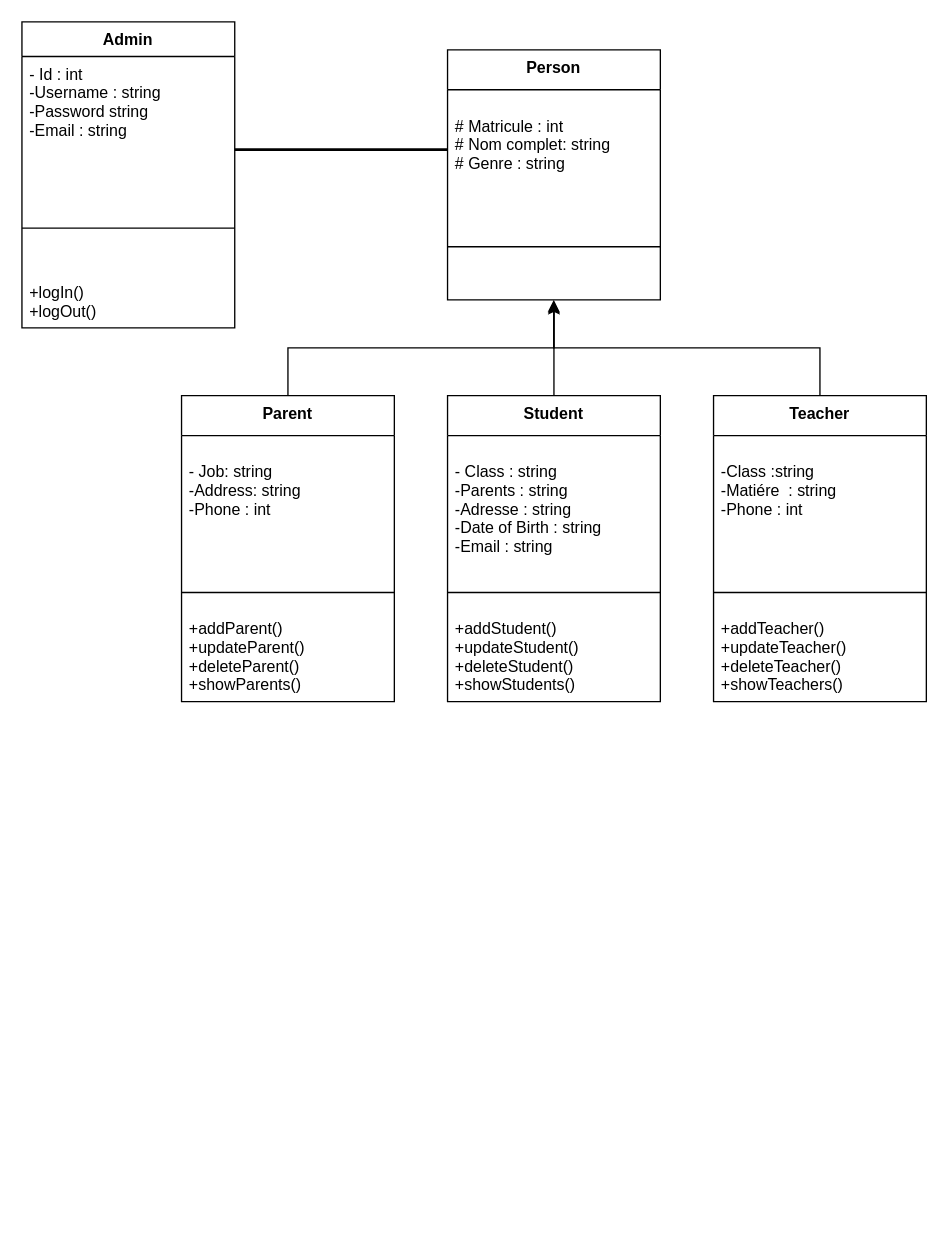
Above: DiagramClass.drawio in Diouani/Gestion_ecole (draw.io), before the change. Source tidied: cells renumbered, new cells numbered last; positions are measured from the earlier drawing's top-left corner, leaving out a move shared by most shapes. Both pictures are drawn from the tidied source at 133%, with x=0, y=0 at pixel (21, 21).
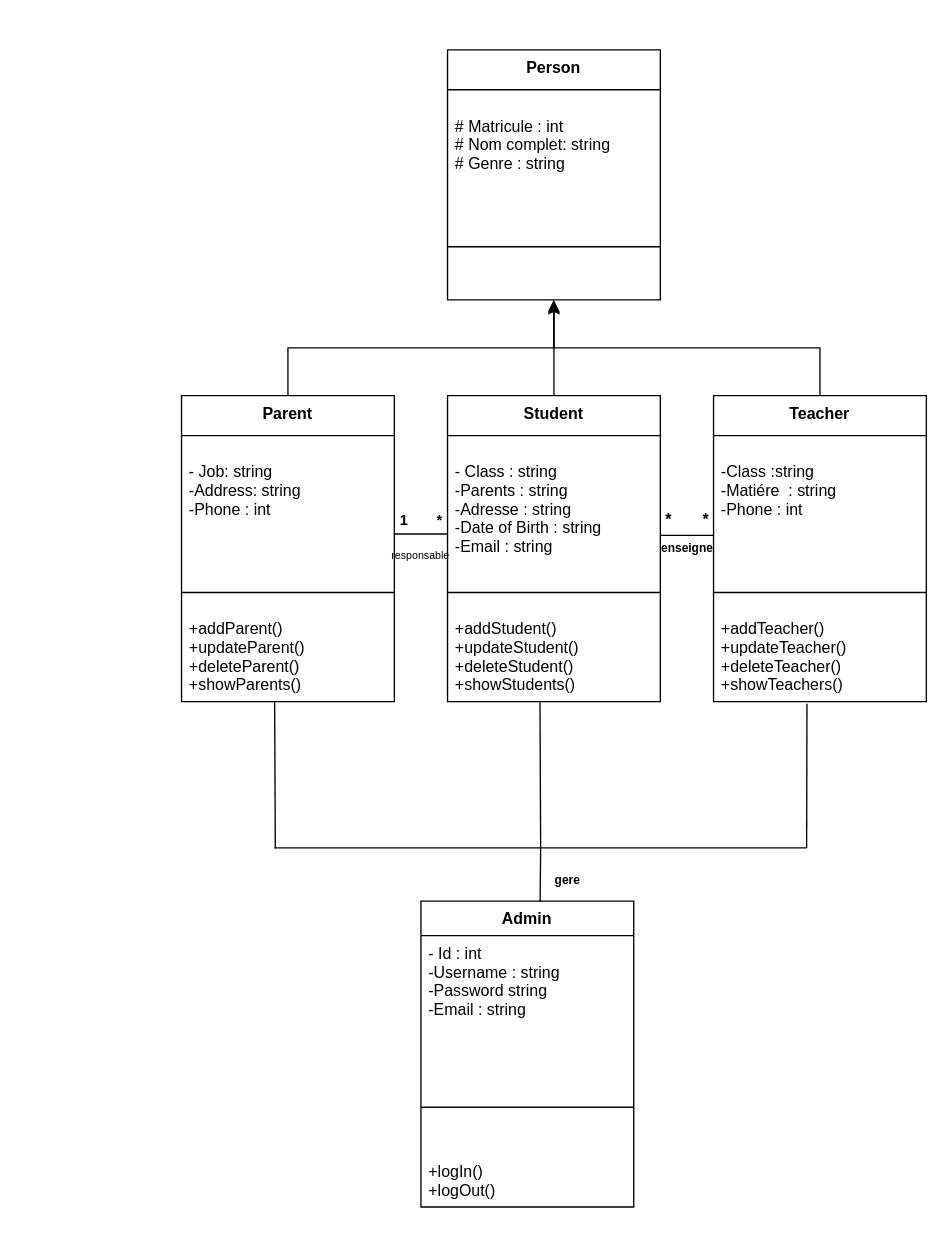
The same diagram, later.

The change refers to these unchanged cells:
```xml
<mxCell id="15" value="+addTeacher()&#10;+updateTeacher()&#10;+deleteTeacher()&#10;+showTeachers()" style="text;strokeColor=none;fillColor=none;align=left;verticalAlign=top;spacingLeft=4;spacingRight=4;overflow=hidden;points=[[0,0.5],[1,0.5]];portConstraint=eastwest;" parent="12" vertex="1">
  <mxGeometry y="162" width="160" height="68" as="geometry" />
</mxCell>
```

The edit, as a diff of the source:
```diff
@@
-    <mxCell id="21" style="line;strokeWidth=2;direction=west;html=1;" parent="1" vertex="1">
-      <mxGeometry x="160" y="91" width="160" height="10" as="geometry" />
-    </mxCell>
     <mxCell id="22" value="Admin" style="swimlane;fontStyle=1;align=center;verticalAlign=top;horizontal=1;startSize=26;" parent="1" vertex="1">
-      <mxGeometry width="160" height="230" as="geometry" />
+      <mxGeometry x="300" y="661" width="160" height="230" as="geometry" />
     </mxCell>
@@
+    <mxCell id="26" value="&lt;font style=&quot;font-size: 8px&quot;&gt;responsable&lt;/font&gt;" style="text;html=1;strokeColor=none;fillColor=none;align=center;verticalAlign=middle;whiteSpace=wrap;rounded=0;" parent="1" vertex="1">
+      <mxGeometry x="280" y="390" width="40" height="20" as="geometry" />
+    </mxCell>
+    <mxCell id="27" style="edgeStyle=none;rounded=0;orthogonalLoop=1;jettySize=auto;html=1;" parent="1" edge="1">
+      <mxGeometry relative="1" as="geometry">
+        <mxPoint x="330" y="264" as="sourcePoint" />
+        <mxPoint x="330" y="264" as="targetPoint" />
+      </mxGeometry>
+    </mxCell>
+    <mxCell id="28" style="line;strokeWidth=1;fillColor=none;align=left;verticalAlign=middle;spacingTop=-1;spacingLeft=3;spacingRight=3;labelPosition=right;" parent="1" vertex="1">
+      <mxGeometry x="280" y="381" width="40" height="8" as="geometry" />
+    </mxCell>
+    <mxCell id="29" style="line;strokeWidth=1;fillColor=none;align=left;verticalAlign=middle;spacingTop=-1;spacingLeft=3;spacingRight=3;labelPosition=right;" parent="1" vertex="1">
+      <mxGeometry x="480" y="382" width="40" height="8" as="geometry" />
+    </mxCell>
+    <mxCell id="30" value="&lt;font style=&quot;font-size: 12px&quot;&gt;*&amp;nbsp; &amp;nbsp; &amp;nbsp; &amp;nbsp;*&lt;/font&gt;" style="text;strokeColor=none;fillColor=none;html=1;fontSize=24;fontStyle=1;verticalAlign=middle;align=center;" parent="1" vertex="1">
+      <mxGeometry x="450" y="351" width="100" height="40" as="geometry" />
+    </mxCell>
+    <mxCell id="31" value="&lt;font style=&quot;font-size: 11px&quot;&gt;1&lt;font&gt;&amp;nbsp; &amp;nbsp; &amp;nbsp; &amp;nbsp;*&lt;/font&gt;&lt;/font&gt;" style="text;strokeColor=none;fillColor=none;html=1;fontSize=24;fontStyle=1;verticalAlign=middle;align=center;" parent="1" vertex="1">
+      <mxGeometry x="260" y="351" width="80" height="39" as="geometry" />
+    </mxCell>
+    <mxCell id="32" style="edgeStyle=none;rounded=0;orthogonalLoop=1;jettySize=auto;html=1;entryX=0.5;entryY=0;entryDx=0;entryDy=0;" parent="1" edge="1" source="22" target="22">
+      <mxGeometry relative="1" as="geometry" />
+    </mxCell>
+    <mxCell id="33" style="endArrow=none;html=1;entryX=0.439;entryY=1.023;entryDx=0;entryDy=0;entryPerimeter=0;" parent="1" edge="1" target="15">
+      <mxGeometry relative="1" as="geometry">
+        <mxPoint x="590" y="621" as="sourcePoint" />
+      </mxGeometry>
+    </mxCell>
+    <mxCell id="34" style="endArrow=none;html=1;" parent="1" edge="1">
+      <mxGeometry relative="1" as="geometry">
+        <mxPoint x="590" y="621" as="sourcePoint" />
+        <mxPoint x="390" y="621" as="targetPoint" />
+      </mxGeometry>
+    </mxCell>
+    <mxCell id="35" style="endArrow=none;html=1;exitX=0.422;exitY=0.992;exitDx=0;exitDy=0;exitPerimeter=0;" parent="1" edge="1">
+      <mxGeometry relative="1" as="geometry">
+        <mxPoint x="389.5" y="510.5" as="sourcePoint" />
+        <mxPoint x="390" y="621" as="targetPoint" />
+      </mxGeometry>
+    </mxCell>
+    <mxCell id="36" style="endArrow=none;html=1;" parent="1" edge="1">
+      <mxGeometry relative="1" as="geometry">
+        <mxPoint x="390" y="621" as="sourcePoint" />
+        <mxPoint x="190" y="621" as="targetPoint" />
+      </mxGeometry>
+    </mxCell>
+    <mxCell id="37" style="endArrow=none;html=1;exitX=0.422;exitY=0.992;exitDx=0;exitDy=0;exitPerimeter=0;" parent="1" edge="1">
+      <mxGeometry relative="1" as="geometry">
+        <mxPoint x="190" y="511" as="sourcePoint" />
+        <mxPoint x="190.5" y="621.5" as="targetPoint" />
+      </mxGeometry>
+    </mxCell>
+    <mxCell id="38" style="endArrow=none;html=1;entryX=0.56;entryY=0.002;entryDx=0;entryDy=0;entryPerimeter=0;" parent="1" edge="1" target="22">
+      <mxGeometry relative="1" as="geometry">
+        <mxPoint x="390" y="621" as="sourcePoint" />
+      </mxGeometry>
+    </mxCell>
+    <mxCell id="39" value="&lt;font style=&quot;font-size: 9px&quot;&gt;gere&lt;/font&gt;" style="text;strokeColor=none;fillColor=none;html=1;fontSize=24;fontStyle=1;verticalAlign=middle;align=center;" parent="1" vertex="1">
+      <mxGeometry x="360" y="631" width="100" height="20" as="geometry" />
+    </mxCell>
+    <mxCell id="40" value="&lt;font style=&quot;font-size: 9px&quot;&gt;enseigne&lt;/font&gt;" style="text;strokeColor=none;fillColor=none;html=1;fontSize=24;fontStyle=1;verticalAlign=middle;align=center;" parent="1" vertex="1">
+      <mxGeometry x="460" y="381" width="80" height="20" as="geometry" />
+    </mxCell>
```
